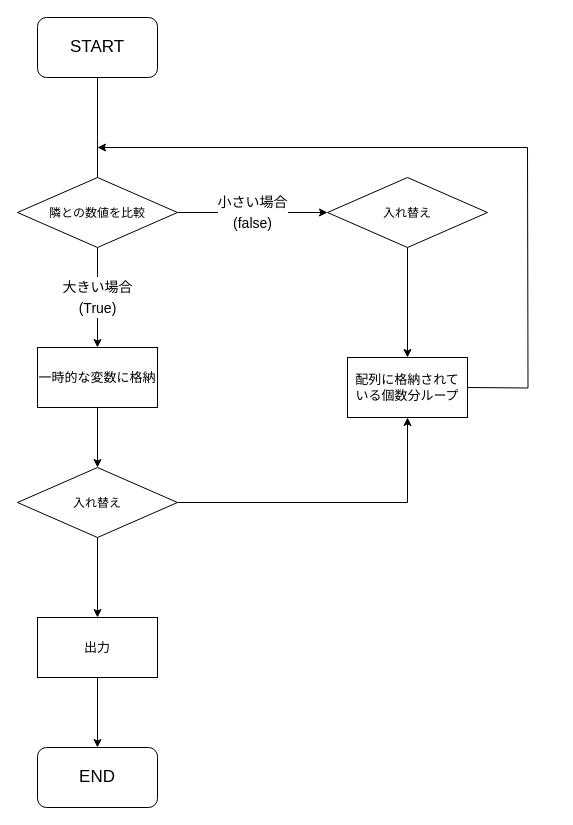
Above: binary_search.drawio in kansai-gamer/todays-code (draw.io), before the change. Source tidied: cells renumbered, new cells numbered last; positions are measured from the earlier drawing's top-left corner, leaving out a move shared by most shapes. Both pictures are drawn from the tidied source at 100%, with x=0, y=0 at pixel (17, 17).
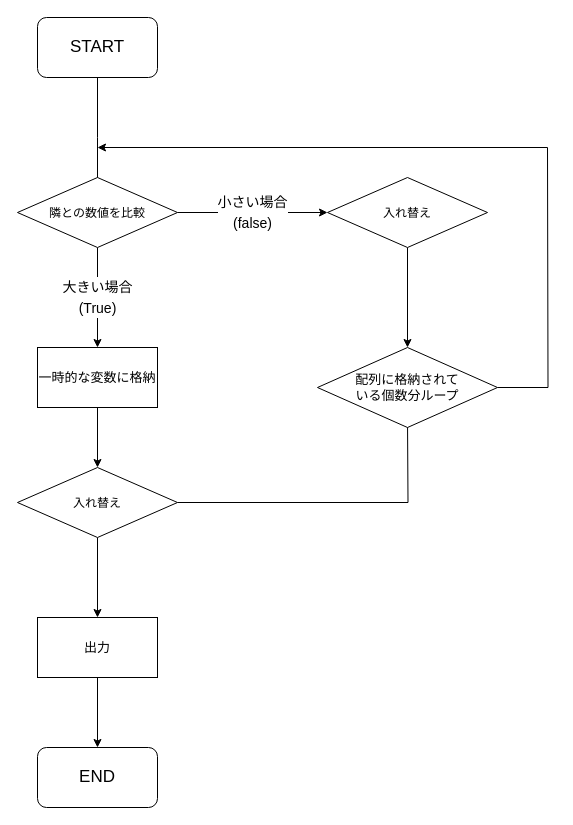
After the change.

Commit message:
binary_search.drawio を更新します

The change refers to these unchanged cells:
```xml
<mxCell id="14" value="&lt;span style=&quot;font-size: 12px&quot;&gt;入れ替え&lt;/span&gt;" style="rhombus;whiteSpace=wrap;html=1;fontSize=17;" parent="1" vertex="1">
  <mxGeometry y="450" width="160" height="70" as="geometry" />
</mxCell>
<mxCell id="19" value="&lt;span style=&quot;font-size: 12px&quot;&gt;入れ替え&lt;/span&gt;" style="rhombus;whiteSpace=wrap;html=1;fontSize=17;" parent="1" vertex="1">
  <mxGeometry x="310" y="160" width="160" height="70" as="geometry" />
</mxCell>
```

The edit, as a diff of the source:
```diff
@@
-    <mxCell id="7" value="&lt;div style=&quot;font-size: 13px&quot;&gt;&lt;font style=&quot;font-size: 13px&quot;&gt;配列に格納されて&lt;/font&gt;&lt;/div&gt;&lt;div style=&quot;font-size: 13px&quot;&gt;&lt;font style=&quot;font-size: 13px&quot;&gt;いる個数分ループ&lt;br&gt;&lt;/font&gt;&lt;/div&gt;" style="rounded=0;whiteSpace=wrap;html=1;fontSize=14;" parent="1" vertex="1">
-      <mxGeometry x="330" y="340" width="120" height="60" as="geometry" />
-    </mxCell>
-    <mxCell id="8" style="edgeStyle=orthogonalEdgeStyle;jumpStyle=arc;orthogonalLoop=1;jettySize=auto;html=1;strokeColor=#000000;verticalAlign=bottom;horizontal=0;fontStyle=0;align=right;labelBackgroundColor=#ffffff;rounded=0;endArrow=none;endFill=0;" parent="1" edge="1">
-      <mxGeometry relative="1" as="geometry">
-        <mxPoint x="450" y="370" as="sourcePoint" />
-        <mxPoint x="510" y="130" as="targetPoint" />
-      </mxGeometry>
-    </mxCell>
     <mxCell id="9" style="edgeStyle=orthogonalEdgeStyle;rounded=0;jumpStyle=arc;orthogonalLoop=1;jettySize=auto;html=1;strokeColor=#000000;" parent="1" edge="1">
       <mxGeometry relative="1" as="geometry">
-        <mxPoint x="510" y="130" as="sourcePoint" />
+        <mxPoint x="530" y="130" as="sourcePoint" />
         <mxPoint x="80" y="130" as="targetPoint" />
       </mxGeometry>
     </mxCell>
@@
-    <mxCell id="12" style="edgeStyle=orthogonalEdgeStyle;rounded=0;jettySize=auto;html=1;fontSize=17;" parent="1" edge="1" source="14" target="7">
-      <mxGeometry relative="1" as="geometry" />
+    <mxCell id="12" style="edgeStyle=orthogonalEdgeStyle;rounded=0;jettySize=auto;html=1;fontSize=17;" parent="1" edge="1" source="14">
+      <mxGeometry relative="1" as="geometry">
+        <mxPoint x="390" y="400" as="targetPoint" />
+      </mxGeometry>
     </mxCell>
@@
-    <mxCell id="18" style="edgeStyle=orthogonalEdgeStyle;rounded=0;jettySize=auto;html=1;entryX=0.5;entryY=0;entryDx=0;entryDy=0;fontSize=17;" parent="1" edge="1" source="19" target="7">
+    <mxCell id="18" style="edgeStyle=orthogonalEdgeStyle;rounded=0;jettySize=auto;html=1;entryX=0.5;entryY=0;entryDx=0;entryDy=0;" parent="1" edge="1" source="19" target="7">
       <mxGeometry relative="1" as="geometry" />
     </mxCell>
@@
+    <mxCell id="20" style="edgeStyle=orthogonalEdgeStyle;jumpStyle=arc;jettySize=auto;html=1;strokeColor=#000000;verticalAlign=bottom;horizontal=0;fontStyle=0;align=right;labelBackgroundColor=#ffffff;rounded=0;endArrow=none;endFill=0;" parent="1" edge="1" source="7">
+      <mxGeometry relative="1" as="geometry">
+        <mxPoint x="530" y="130" as="targetPoint" />
+      </mxGeometry>
+    </mxCell>
+    <mxCell id="7" value="&lt;div style=&quot;font-size: 13px&quot;&gt;配列に格納されて&lt;/div&gt;&lt;div style=&quot;font-size: 13px&quot;&gt;いる個数分ループ&lt;/div&gt;" style="rhombus;whiteSpace=wrap;html=1;fontSize=17;" parent="1" vertex="1">
+      <mxGeometry x="300" y="330" width="180" height="80" as="geometry" />
+    </mxCell>
```
